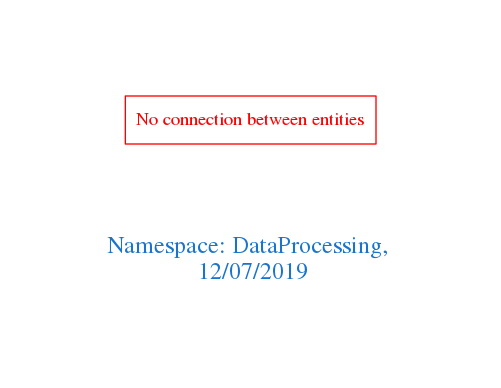
arago/OGIT keeps this Graphviz diagram as downloads/DataProcessing.png. Above is the earlier version. Its source is kept beside it as downloads/DataProcessing.dot.
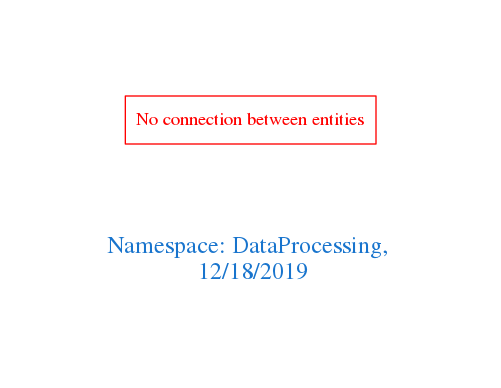
After the commit.

The edit, as a diff of the source:
```diff
@@ -1,7 +1,7 @@
 digraph OGIT_ontology {
  graph [ rankdir= LR,pad=1
 fontsize = 18,
-fontcolor= dodgerblue3,label = "\n\n\nNamespace: DataProcessing, \n 12/07/2019"];
+fontcolor= dodgerblue3,label = "\n\n\nNamespace: DataProcessing, \n 12/18/2019"];
 node[shape=polygon];
 edge [  color="gray81"];
 
```
